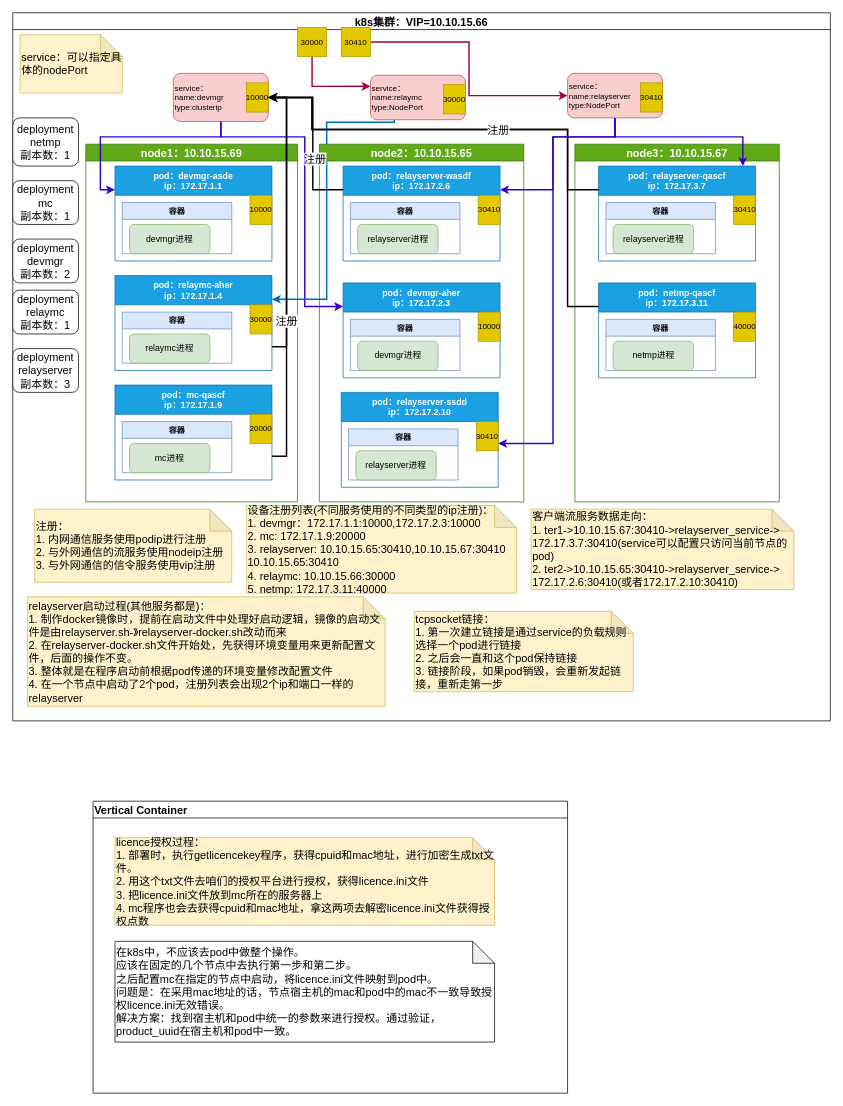
Above: page "Page-3" (3 of 4) of Untitled Diagram.drawio in Sycjyy/myshare (draw.io), before the change. Source tidied: cells renumbered, new cells numbered last; positions are measured from the earlier drawing's top-left corner, leaving out a move shared by most shapes. Both pictures are drawn from the tidied source at 73%, with x=0, y=0 at pixel (12, 12).
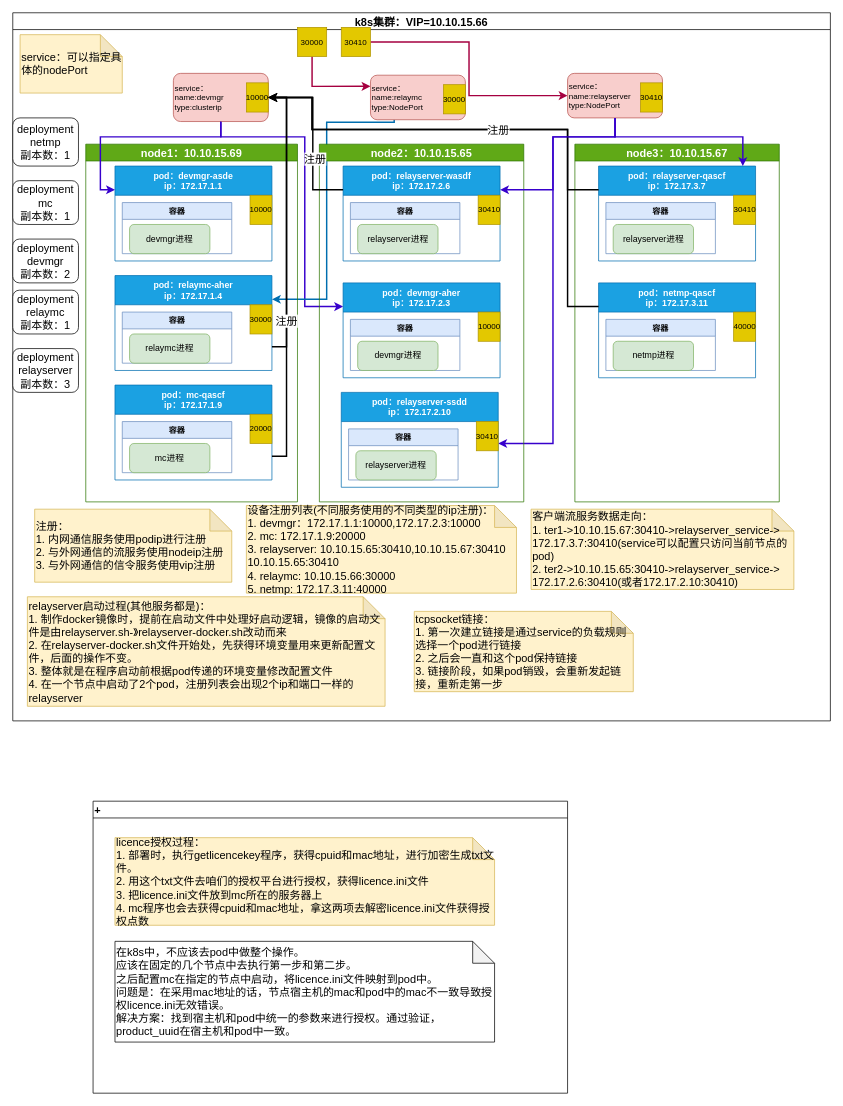
The same diagram, later.

The edit, as a diff of the source:
```diff
@@
-    <mxCell id="73" value="Vertical Container" style="swimlane;labelBackgroundColor=none;fontSize=15;align=left;verticalAlign=middle;" parent="1" vertex="1">
+    <mxCell id="73" value="+" style="swimlane;labelBackgroundColor=none;fontSize=15;align=left;verticalAlign=middle;" parent="1" vertex="1">
       <mxGeometry x="110" y="1080" width="650" height="400" as="geometry" />
     </mxCell>
```
